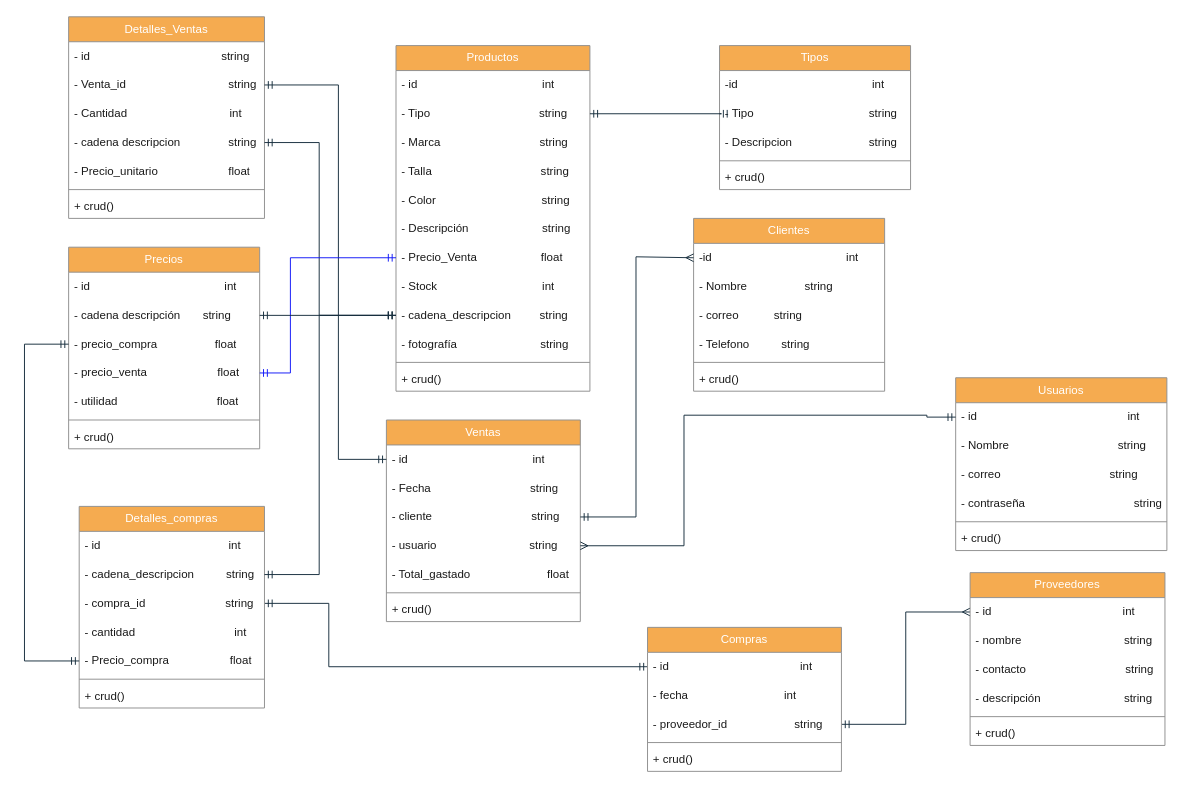
Above: Sombreros.drawio in NealD00/Diagramin (draw.io), before the change. Source tidied: cells renumbered, new cells numbered last; positions are measured from the earlier drawing's top-left corner, leaving out a move shared by most shapes. Both pictures are drawn from the tidied source at 96%, with x=0, y=0 at pixel (24, 16).
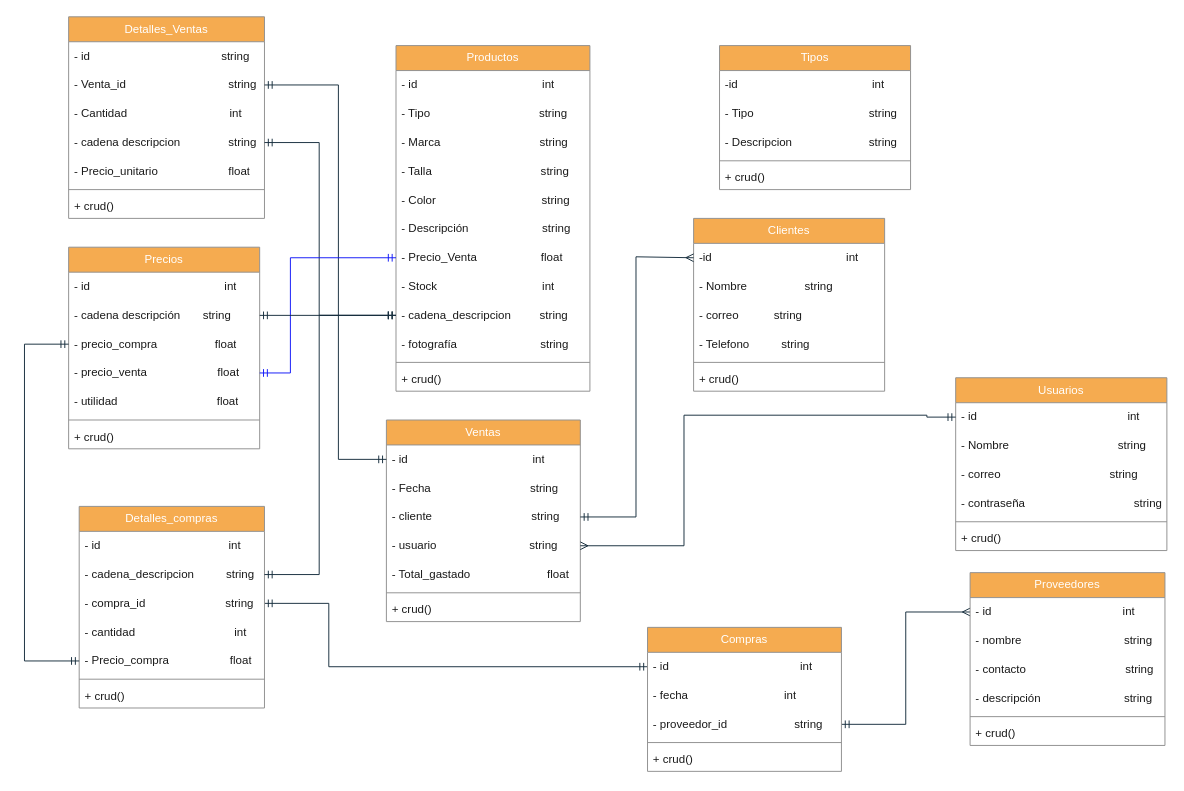
Above is the later version.

The change refers to these unchanged cells:
```xml
<mxCell id="45" value="- Tipo&amp;nbsp; &amp;nbsp; &amp;nbsp; &amp;nbsp; &amp;nbsp; &amp;nbsp; &amp;nbsp; &amp;nbsp; &amp;nbsp; &amp;nbsp; &amp;nbsp; &amp;nbsp; &amp;nbsp; &amp;nbsp; &amp;nbsp; &amp;nbsp; &amp;nbsp; string" style="text;strokeColor=none;fillColor=none;align=left;verticalAlign=middle;spacingLeft=4;spacingRight=4;overflow=hidden;points=[[0,0.5],[1,0.5]];portConstraint=eastwest;whiteSpace=wrap;html=1;labelBackgroundColor=none;fontColor=#1A1A1A;swimlaneLine=0;" parent="43" vertex="1">
  <mxGeometry y="56" width="202" height="30" as="geometry" />
</mxCell>
<mxCell id="80" value="- Tipo&amp;nbsp; &amp;nbsp; &amp;nbsp; &amp;nbsp; &amp;nbsp; &amp;nbsp; &amp;nbsp; &amp;nbsp; &amp;nbsp; &amp;nbsp; &amp;nbsp; &amp;nbsp; &amp;nbsp; &amp;nbsp; &amp;nbsp; &amp;nbsp; &amp;nbsp; &amp;nbsp; string" style="text;strokeColor=none;fillColor=none;align=left;verticalAlign=middle;spacingLeft=4;spacingRight=4;overflow=hidden;points=[[0,0.5],[1,0.5]];portConstraint=eastwest;whiteSpace=wrap;html=1;labelBackgroundColor=none;fontColor=#1A1A1A;swimlaneLine=0;" parent="78" vertex="1">
  <mxGeometry y="56" width="199" height="30" as="geometry" />
</mxCell>
```

Diff of the diagram source:
```diff
@@
-    <mxCell id="84" style="edgeStyle=orthogonalEdgeStyle;rounded=0;jettySize=auto;html=1;labelBackgroundColor=none;strokeColor=#182E3E;fontColor=default;startArrow=ERmandOne;startFill=0;endArrow=ERmandOne;endFill=0;swimlaneLine=0;exitX=1;exitY=0.5;exitDx=0;exitDy=0;entryX=0;entryY=0.5;entryDx=0;entryDy=0;" parent="1" edge="1" source="45" target="80">
-      <mxGeometry relative="1" as="geometry">
-        <Array as="points">
-          <mxPoint x="726" y="101" />
-        </Array>
-      </mxGeometry>
-    </mxCell>
```
